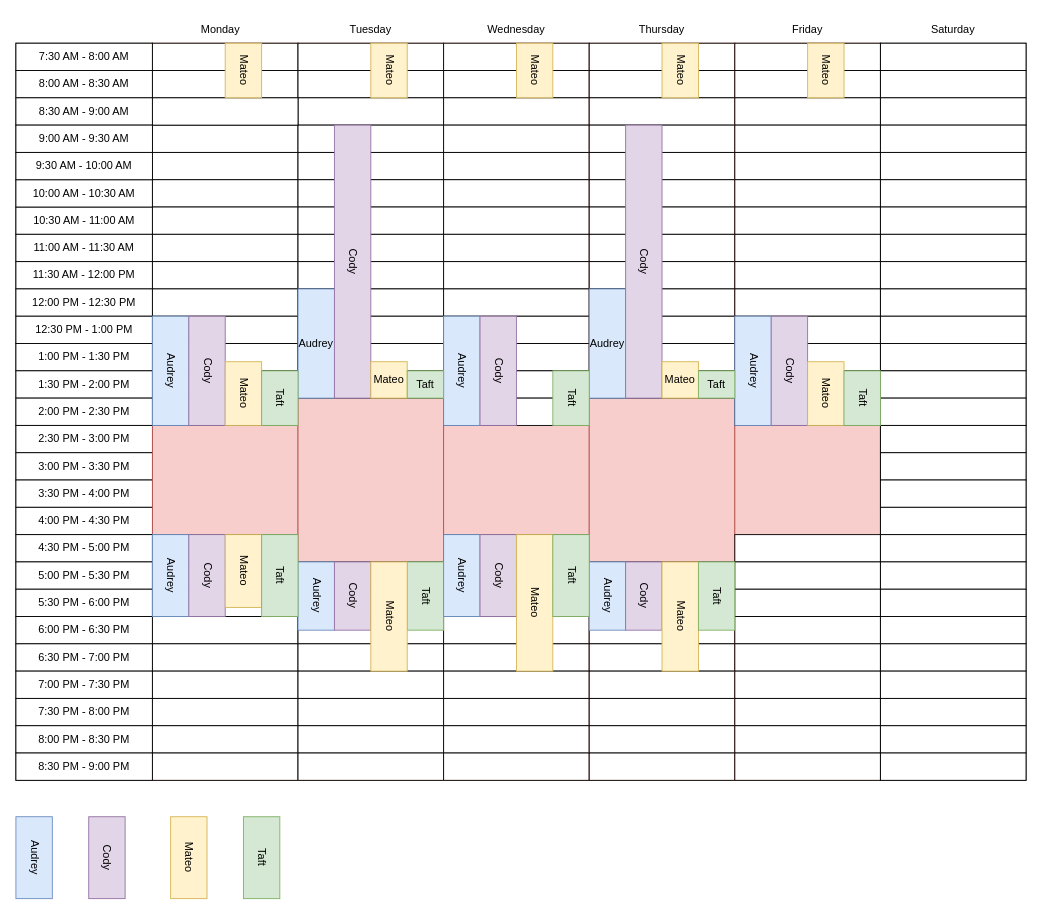
MateoTomaszeuski/Spring2025-FinalProject keeps this draw.io diagram as notion/_availability.drawio. Above is the earlier version. Source tidied: cells renumbered, new cells numbered last; positions are measured from the earlier drawing's top-left corner, leaving out a move shared by most shapes. Both pictures are drawn from the tidied source at 91%, with x=0, y=0 at pixel (15, 15).
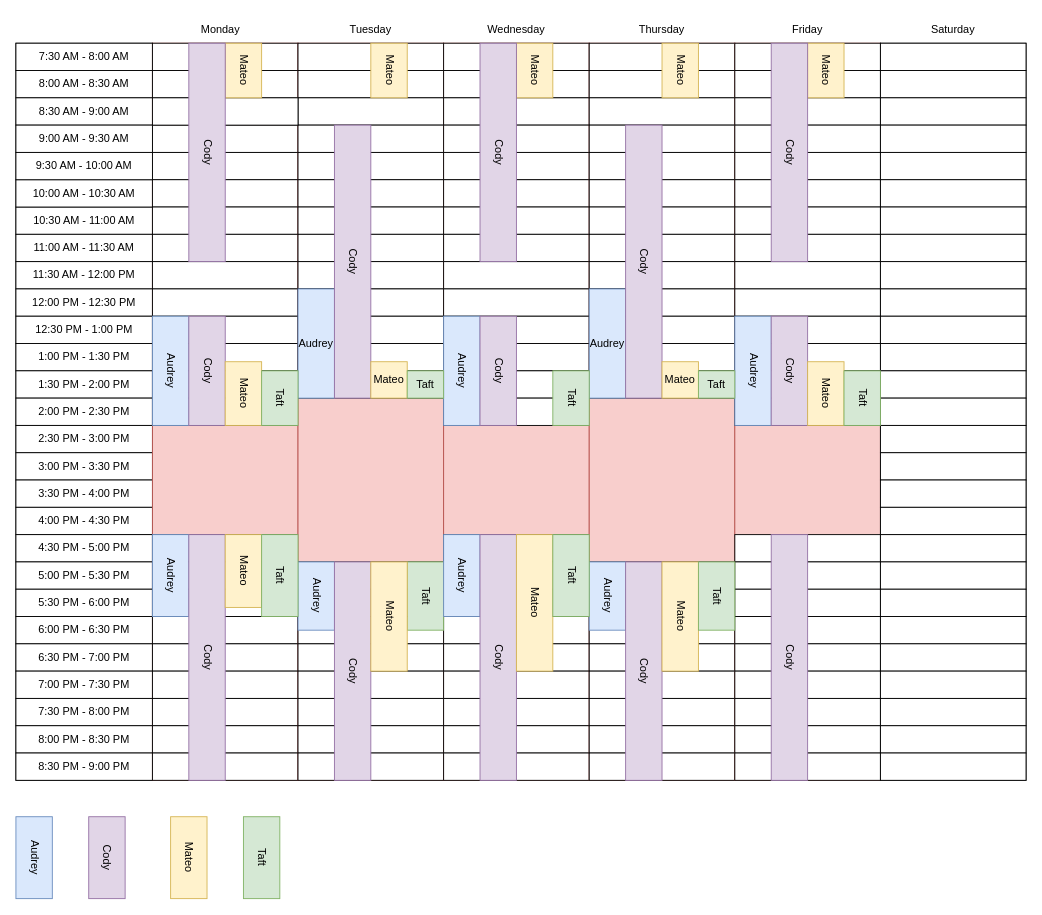
Above is the later version.

Change to the diagram source:
```diff
@@
     <mxCell id="193" value="Cody" style="rounded=0;whiteSpace=wrap;html=1;textDirection=vertical-lr;fillColor=#e1d5e7;strokeColor=#9673a6;" parent="1" vertex="1">
-      <mxGeometry x="190" y="570" width="40" height="90" as="geometry" />
+      <mxGeometry x="190" y="570" width="40" height="270" as="geometry" />
     </mxCell>
     <mxCell id="194" value="Cody" style="rounded=0;whiteSpace=wrap;html=1;textDirection=vertical-lr;fillColor=#e1d5e7;strokeColor=#9673a6;" parent="1" vertex="1">
-      <mxGeometry x="510" y="570" width="40" height="90" as="geometry" />
+      <mxGeometry x="510" y="570" width="40" height="270" as="geometry" />
     </mxCell>
@@
     <mxCell id="206" value="Cody" style="rounded=0;whiteSpace=wrap;html=1;textDirection=vertical-lr;fillColor=#e1d5e7;strokeColor=#9673a6;" parent="1" vertex="1">
-      <mxGeometry x="350" y="600" width="40" height="75" as="geometry" />
+      <mxGeometry x="350" y="600" width="40" height="240" as="geometry" />
     </mxCell>
     <mxCell id="207" value="Cody" style="rounded=0;whiteSpace=wrap;html=1;textDirection=vertical-lr;fillColor=#e1d5e7;strokeColor=#9673a6;" parent="1" vertex="1">
-      <mxGeometry x="670" y="600" width="40" height="75" as="geometry" />
+      <mxGeometry x="670" y="600" width="40" height="240" as="geometry" />
     </mxCell>
@@
+    <mxCell id="224" value="Cody" style="rounded=0;whiteSpace=wrap;html=1;textDirection=vertical-lr;fillColor=#e1d5e7;strokeColor=#9673a6;" parent="1" vertex="1">
+      <mxGeometry x="830" y="570" width="40" height="270" as="geometry" />
+    </mxCell>
+    <mxCell id="225" value="Cody" style="rounded=0;whiteSpace=wrap;html=1;textDirection=vertical-lr;fillColor=#e1d5e7;strokeColor=#9673a6;" parent="1" vertex="1">
+      <mxGeometry x="510" y="30" width="40" height="240" as="geometry" />
+    </mxCell>
+    <mxCell id="226" value="Cody" style="rounded=0;whiteSpace=wrap;html=1;textDirection=vertical-lr;fillColor=#e1d5e7;strokeColor=#9673a6;" parent="1" vertex="1">
+      <mxGeometry x="830" y="30" width="40" height="240" as="geometry" />
+    </mxCell>
+    <mxCell id="227" value="Cody" style="rounded=0;whiteSpace=wrap;html=1;textDirection=vertical-lr;fillColor=#e1d5e7;strokeColor=#9673a6;" parent="1" vertex="1">
+      <mxGeometry x="190" y="30" width="40" height="240" as="geometry" />
+    </mxCell>
```
